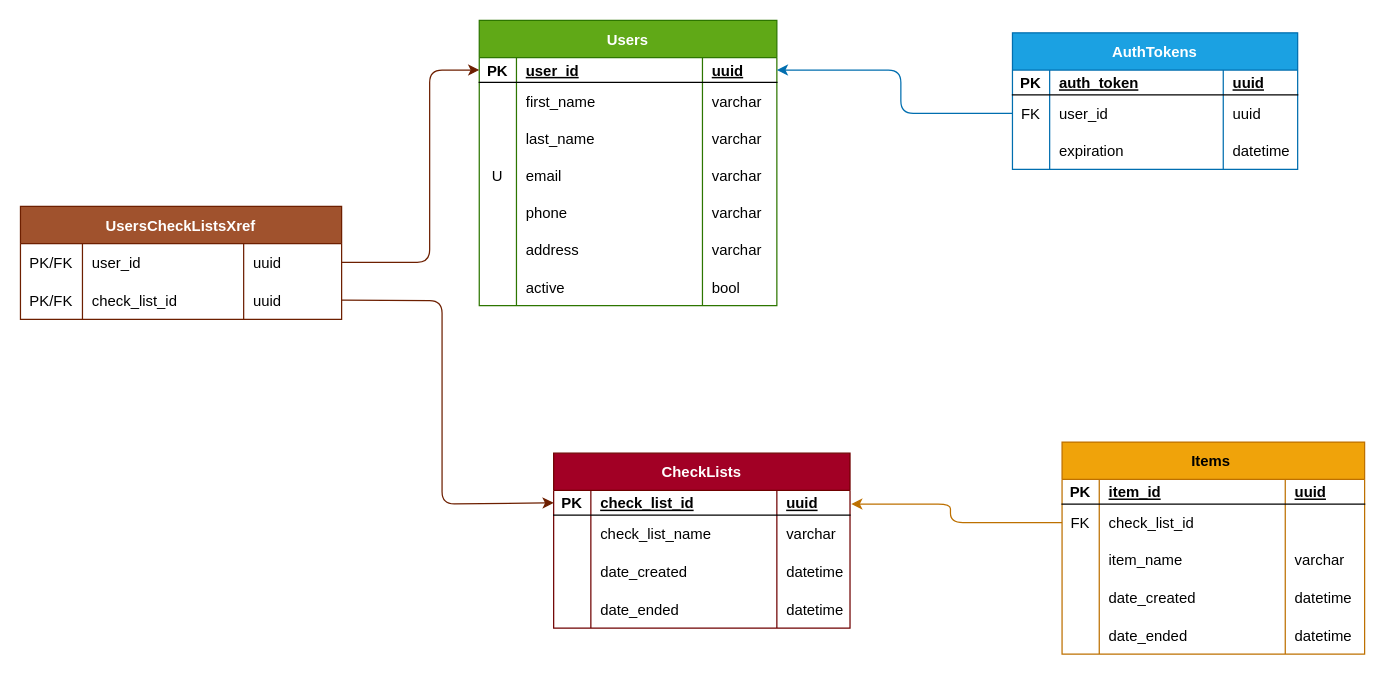
Above: erd.drawio in Karely3412/todo-BE-capstone (draw.io), before the change. Source tidied: cells renumbered, new cells numbered last; positions are measured from the earlier drawing's top-left corner, leaving out a move shared by most shapes. Both pictures are drawn from the tidied source at 124%, with x=0, y=0 at pixel (20, 20).
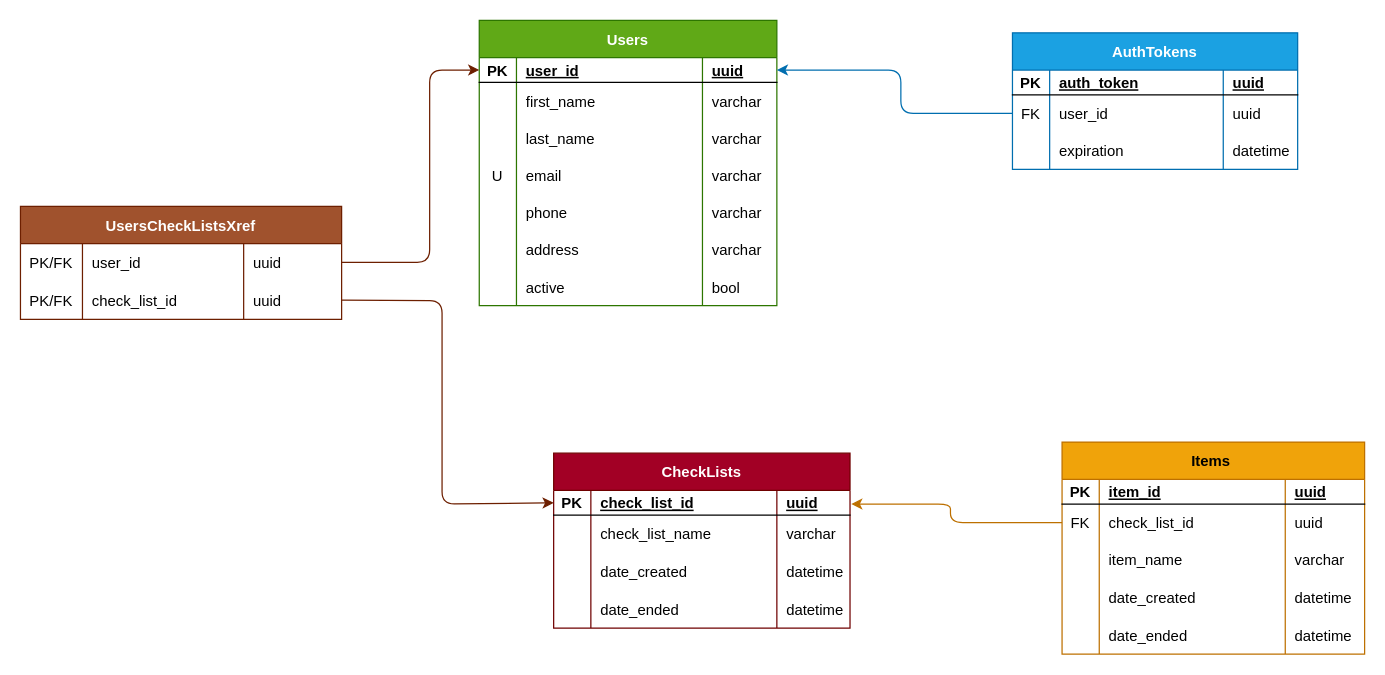
Above is the later version.

Unchanged cells that the change refers to:
```xml
<mxCell id="66" style="shape=tableRow;horizontal=0;startSize=0;swimlaneHead=0;swimlaneBody=0;fillColor=none;points=[[0,0.5],[1,0.5]];portConstraint=eastwest;top=0;left=0;right=0;bottom=0;" parent="61" vertex="1">
  <mxGeometry y="50" width="244" height="30" as="geometry" />
</mxCell>
```

Change to the diagram source:
```diff
@@
-    <mxCell id="69" style="shape=partialRectangle;fillColor=none;top=0;left=0;bottom=0;right=0;align=left;spacingLeft=6;overflow=hidden;" parent="66" vertex="1">
+    <mxCell id="69" value="uuid" style="shape=partialRectangle;fillColor=none;top=0;left=0;bottom=0;right=0;align=left;spacingLeft=6;overflow=hidden;" parent="66" vertex="1">
       <mxGeometry x="180" width="64" height="30" as="geometry" />
     </mxCell>
```
